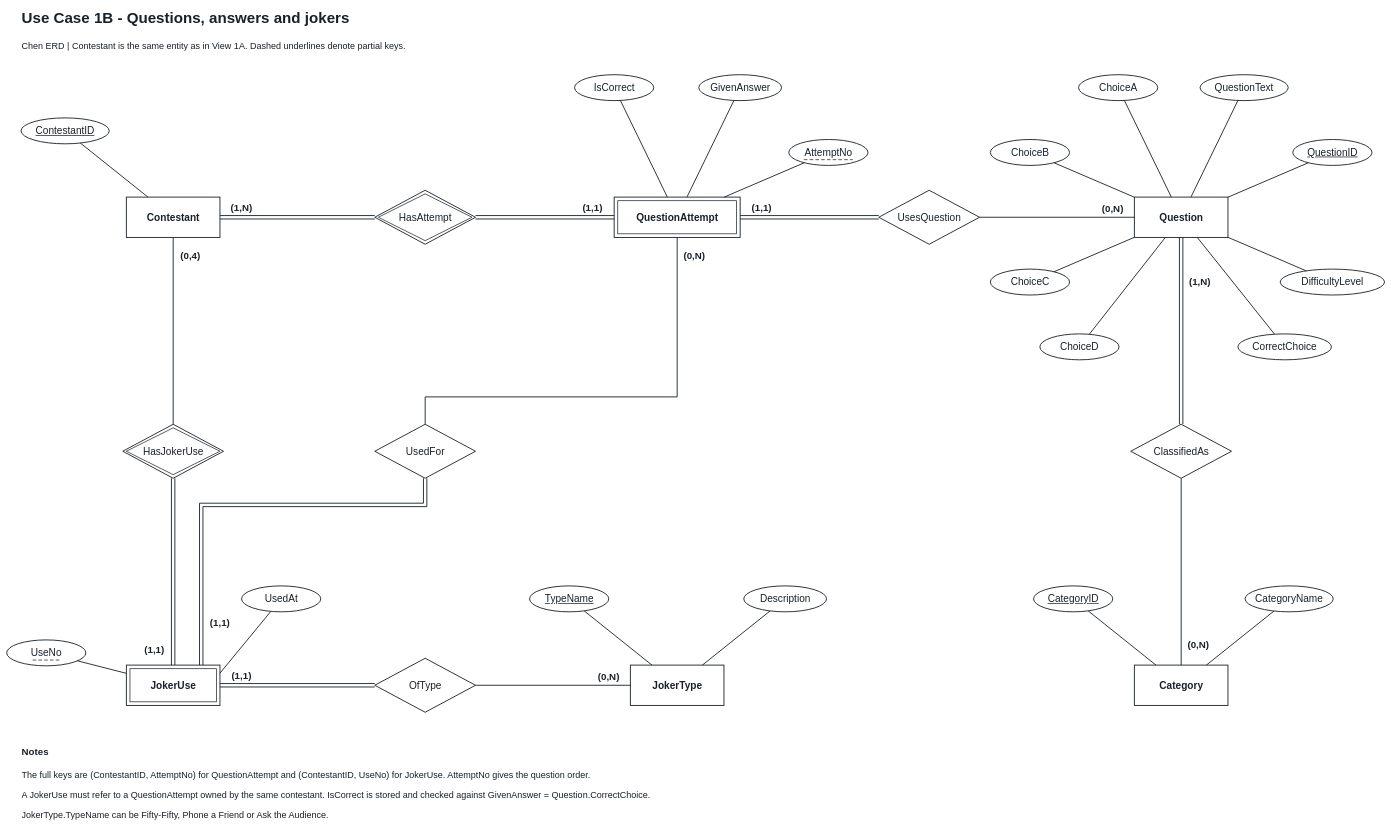
This is page "Use Case 1B - Questions, answers and jokers" (2 of 8) of CNG351_Assignment1_Chen +gpt.drawio from Osmanita/cng-351-project-1, a draw.io file, before an edit. Source tidied: cells renumbered, new cells numbered last; positions are measured from the earlier drawing's top-left corner, leaving out a move shared by most shapes. Both pictures are drawn from the tidied source at 36%, with x=0, y=0 at pixel (6, 6).
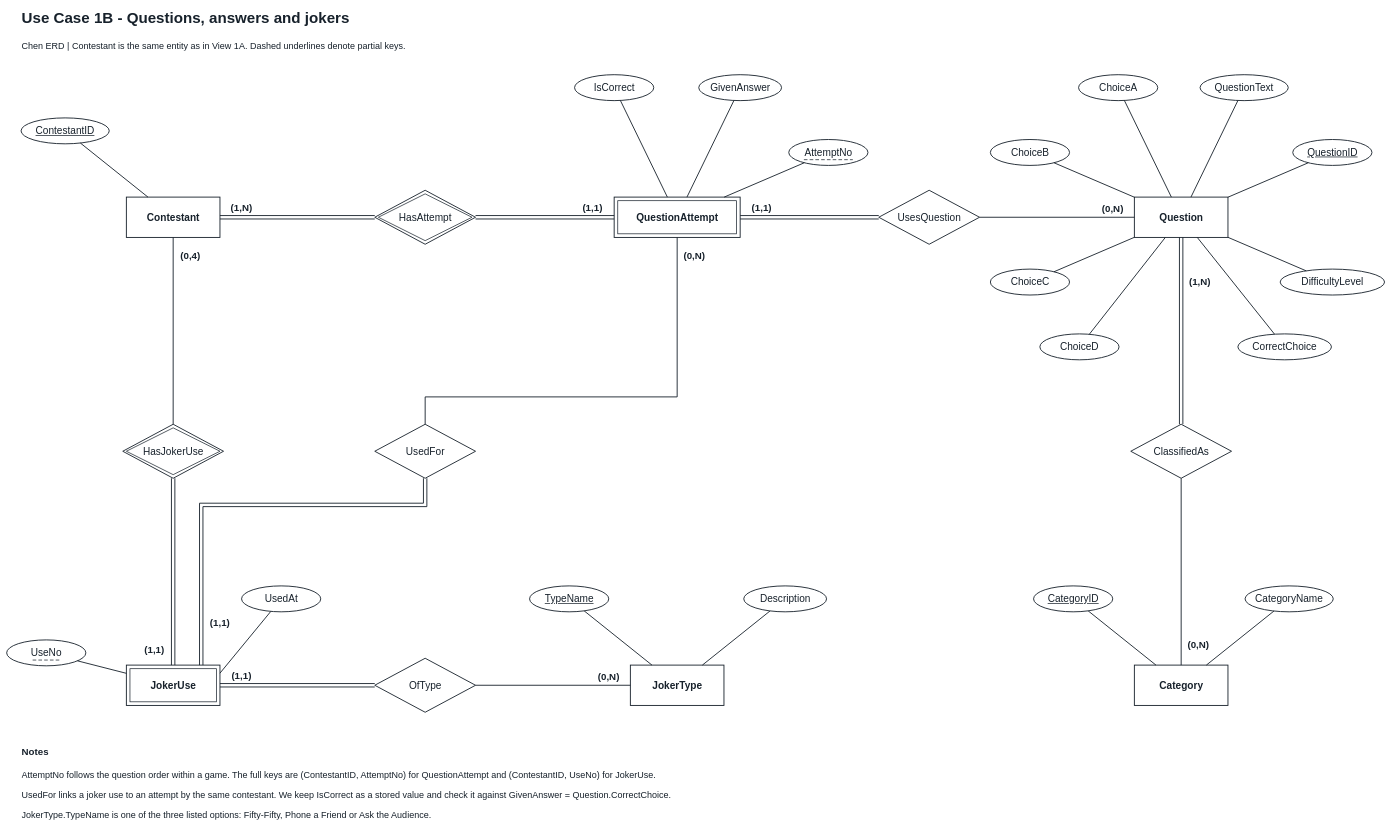
After the change.

Commit message (it also covers changes not shown here):
Revise UC1 and UC2 explanations while preserving the ER models

Diff of the diagram source:
```diff
@@
-    <mxCell id="70" value="The full keys are (ContestantID, AttemptNo) for QuestionAttempt and (ContestantID, UseNo) for JokerUse. AttemptNo gives the question order." style="text;html=0;whiteSpace=wrap;overflow=hidden;align=left;verticalAlign=middle;fillColor=#ffffff;strokeColor=none;fontColor=#17212b;fontFamily=Arial;fontSize=25;" parent="1" vertex="1">
+    <mxCell id="70" value="AttemptNo follows the question order within a game. The full keys are (ContestantID, AttemptNo) for QuestionAttempt and (ContestantID, UseNo) for JokerUse." style="text;html=0;whiteSpace=wrap;overflow=hidden;align=left;verticalAlign=middle;fillColor=#ffffff;strokeColor=none;fontColor=#17212b;fontFamily=Arial;fontSize=25;" parent="1" vertex="1">
       <mxGeometry x="40" y="2106" width="3788" height="55" as="geometry" />
     </mxCell>
-    <mxCell id="71" value="A JokerUse must refer to a QuestionAttempt owned by the same contestant. IsCorrect is stored and checked against GivenAnswer = Question.CorrectChoice." style="text;html=0;whiteSpace=wrap;overflow=hidden;align=left;verticalAlign=middle;fillColor=#ffffff;strokeColor=none;fontColor=#17212b;fontFamily=Arial;fontSize=25;" parent="1" vertex="1">
+    <mxCell id="71" value="UsedFor links a joker use to an attempt by the same contestant. We keep IsCorrect as a stored value and check it against GivenAnswer = Question.CorrectChoice." style="text;html=0;whiteSpace=wrap;overflow=hidden;align=left;verticalAlign=middle;fillColor=#ffffff;strokeColor=none;fontColor=#17212b;fontFamily=Arial;fontSize=25;" parent="1" vertex="1">
       <mxGeometry x="40" y="2161" width="3788" height="55" as="geometry" />
     </mxCell>
-    <mxCell id="72" value="JokerType.TypeName can be Fifty-Fifty, Phone a Friend or Ask the Audience." style="text;html=0;whiteSpace=wrap;overflow=hidden;align=left;verticalAlign=middle;fillColor=#ffffff;strokeColor=none;fontColor=#17212b;fontFamily=Arial;fontSize=25;" parent="1" vertex="1">
+    <mxCell id="72" value="JokerType.TypeName is one of the three listed options: Fifty-Fifty, Phone a Friend or Ask the Audience." style="text;html=0;whiteSpace=wrap;overflow=hidden;align=left;verticalAlign=middle;fillColor=#ffffff;strokeColor=none;fontColor=#17212b;fontFamily=Arial;fontSize=25;" parent="1" vertex="1">
       <mxGeometry x="40" y="2216" width="3788" height="55" as="geometry" />
     </mxCell>
```
